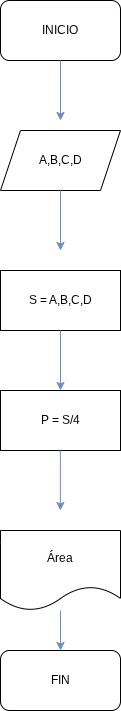
Before: Ejercicio_2_Lucas.png, a diagram exported from draw.io (lucri1384/Pensamiento-computacional). Source tidied: cells renumbered, new cells last; positions are measured from the earlier drawing's top-left corner, leaving out a move shared by most shapes. Its diagram source:
```xml
<mxGraphModel>
  <root>
    <mxCell id="0" />
    <mxCell id="1" parent="0" />
    <mxCell id="2" value="INICIO" style="rounded=1;whiteSpace=wrap;html=1;" parent="1" vertex="1">
      <mxGeometry width="120" height="60" as="geometry" />
    </mxCell>
    <mxCell id="3" value="A,B,C,D" style="shape=parallelogram;perimeter=parallelogramPerimeter;whiteSpace=wrap;html=1;fixedSize=1;" parent="1" vertex="1">
      <mxGeometry y="130" width="120" height="60" as="geometry" />
    </mxCell>
    <mxCell id="4" value="S = A,B,C,D" style="rounded=0;whiteSpace=wrap;html=1;" parent="1" vertex="1">
      <mxGeometry y="270" width="120" height="60" as="geometry" />
    </mxCell>
    <mxCell id="5" value="P = S/4" style="rounded=0;whiteSpace=wrap;html=1;" parent="1" vertex="1">
      <mxGeometry y="390" width="120" height="60" as="geometry" />
    </mxCell>
    <mxCell id="6" value="Área" style="shape=document;whiteSpace=wrap;html=1;boundedLbl=1;" parent="1" vertex="1">
      <mxGeometry y="530" width="120" height="80" as="geometry" />
    </mxCell>
    <mxCell id="7" style="endArrow=classic;html=1;rounded=0;fillColor=#dae8fc;gradientColor=#7ea6e0;strokeColor=#6c8ebf;" parent="1" edge="1">
      <mxGeometry relative="1" as="geometry">
        <mxPoint x="59.9" y="450" as="sourcePoint" />
        <mxPoint x="59.9" y="510" as="targetPoint" />
      </mxGeometry>
    </mxCell>
    <mxCell id="8" style="endArrow=classic;html=1;rounded=0;fillColor=#dae8fc;gradientColor=#7ea6e0;strokeColor=#6c8ebf;" parent="1" edge="1">
      <mxGeometry relative="1" as="geometry">
        <mxPoint x="60" y="330" as="sourcePoint" />
        <mxPoint x="60" y="390" as="targetPoint" />
      </mxGeometry>
    </mxCell>
    <mxCell id="9" style="endArrow=classic;html=1;rounded=0;fillColor=#dae8fc;gradientColor=#7ea6e0;strokeColor=#6c8ebf;" parent="1" edge="1">
      <mxGeometry relative="1" as="geometry">
        <mxPoint x="60" y="190" as="sourcePoint" />
        <mxPoint x="60" y="250" as="targetPoint" />
      </mxGeometry>
    </mxCell>
    <mxCell id="10" style="endArrow=classic;html=1;rounded=0;fillColor=#dae8fc;gradientColor=#7ea6e0;strokeColor=#6c8ebf;" parent="1" edge="1">
      <mxGeometry relative="1" as="geometry">
        <mxPoint x="60" y="60" as="sourcePoint" />
        <mxPoint x="60" y="120" as="targetPoint" />
      </mxGeometry>
    </mxCell>
    <mxCell id="11" style="endArrow=classic;html=1;rounded=0;fillColor=#dae8fc;gradientColor=#7ea6e0;strokeColor=#6c8ebf;" parent="1" edge="1" source="6" target="12">
      <mxGeometry relative="1" as="geometry" />
    </mxCell>
    <mxCell id="12" value="FIN" style="rounded=1;whiteSpace=wrap;html=1;" parent="1" vertex="1">
      <mxGeometry y="650" width="120" height="60" as="geometry" />
    </mxCell>
  </root>
</mxGraphModel>
```
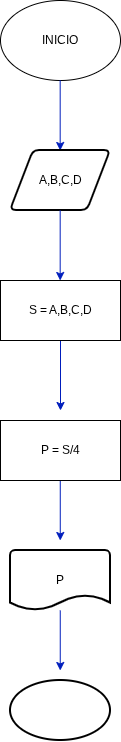
Later version of the same file.

Diff of the diagram source:
```diff
@@ -2,50 +2,60 @@
   <root>
     <mxCell id="0" />
     <mxCell id="1" parent="0" />
-    <mxCell id="2" value="INICIO" style="rounded=1;whiteSpace=wrap;html=1;" parent="1" vertex="1">
-      <mxGeometry width="120" height="60" as="geometry" />
+    <mxCell id="2" value="INICIO" style="ellipse;whiteSpace=wrap;html=1;" parent="1" vertex="1">
+      <mxGeometry x="20" y="-30" width="120" height="80" as="geometry" />
     </mxCell>
+    <mxCell id="13" style="endArrow=classic;html=1;rounded=0;fillColor=#0050ef;strokeColor=#001DBC;" parent="1" edge="1">
+      <mxGeometry relative="1" as="geometry">
+        <mxPoint x="79.7" y="50" as="sourcePoint" />
+        <mxPoint x="79.7" y="120" as="targetPoint" />
+      </mxGeometry>
+    </mxCell>
-    <mxCell id="3" value="A,B,C,D" style="shape=parallelogram;perimeter=parallelogramPerimeter;whiteSpace=wrap;html=1;fixedSize=1;" parent="1" vertex="1">
-      <mxGeometry y="130" width="120" height="60" as="geometry" />
+    <mxCell id="3" value="A,B,C,D" style="shape=parallelogram;html=1;strokeWidth=2;perimeter=parallelogramPerimeter;whiteSpace=wrap;rounded=1;arcSize=12;size=0.23;" parent="1" vertex="1">
+      <mxGeometry x="30" y="120" width="100" height="60" as="geometry" />
     </mxCell>
+    <mxCell id="14" style="endArrow=classic;html=1;rounded=0;fillColor=#0050ef;strokeColor=#001DBC;" parent="1" edge="1">
+      <mxGeometry relative="1" as="geometry">
+        <mxPoint x="79.7" y="180" as="sourcePoint" />
+        <mxPoint x="79.7" y="250" as="targetPoint" />
+      </mxGeometry>
+    </mxCell>
+    <mxCell id="15" style="edgeStyle=orthogonalEdgeStyle;rounded=0;jettySize=auto;html=1;fillColor=#0050ef;strokeColor=#001DBC;" parent="1" edge="1" source="4">
+      <mxGeometry relative="1" as="geometry">
+        <mxPoint x="80" y="380" as="targetPoint" />
+      </mxGeometry>
+    </mxCell>
     <mxCell id="4" value="S = A,B,C,D" style="rounded=0;whiteSpace=wrap;html=1;" parent="1" vertex="1">
-      <mxGeometry y="270" width="120" height="60" as="geometry" />
+      <mxGeometry x="20" y="250" width="120" height="60" as="geometry" />
     </mxCell>
+    <mxCell id="16" style="edgeStyle=orthogonalEdgeStyle;rounded=0;orthogonalLoop=1;jettySize=auto;html=1;fillColor=#0050ef;strokeColor=#001DBC;" parent="1" edge="1">
+      <mxGeometry relative="1" as="geometry">
+        <mxPoint x="79.8" y="450" as="sourcePoint" />
+        <mxPoint x="79.8" y="510" as="targetPoint" />
+        <Array as="points">
+          <mxPoint x="79.8" y="450" />
+          <mxPoint x="79.8" y="450" />
+        </Array>
+      </mxGeometry>
+    </mxCell>
     <mxCell id="5" value="P = S/4" style="rounded=0;whiteSpace=wrap;html=1;" parent="1" vertex="1">
-      <mxGeometry y="390" width="120" height="60" as="geometry" />
+      <mxGeometry x="20" y="390" width="120" height="60" as="geometry" />
     </mxCell>
-    <mxCell id="6" value="Área" style="shape=document;whiteSpace=wrap;html=1;boundedLbl=1;" parent="1" vertex="1">
-      <mxGeometry y="530" width="120" height="80" as="geometry" />
-    </mxCell>
-    <mxCell id="7" style="endArrow=classic;html=1;rounded=0;fillColor=#dae8fc;gradientColor=#7ea6e0;strokeColor=#6c8ebf;" parent="1" edge="1">
-      <mxGeometry relative="1" as="geometry">
-        <mxPoint x="59.9" y="450" as="sourcePoint" />
-        <mxPoint x="59.9" y="510" as="targetPoint" />
-      </mxGeometry>
-    </mxCell>
-    <mxCell id="8" style="endArrow=classic;html=1;rounded=0;fillColor=#dae8fc;gradientColor=#7ea6e0;strokeColor=#6c8ebf;" parent="1" edge="1">
-      <mxGeometry relative="1" as="geometry">
-        <mxPoint x="60" y="330" as="sourcePoint" />
-        <mxPoint x="60" y="390" as="targetPoint" />
-      </mxGeometry>
-    </mxCell>
-    <mxCell id="9" style="endArrow=classic;html=1;rounded=0;fillColor=#dae8fc;gradientColor=#7ea6e0;strokeColor=#6c8ebf;" parent="1" edge="1">
-      <mxGeometry relative="1" as="geometry">
-        <mxPoint x="60" y="190" as="sourcePoint" />
-        <mxPoint x="60" y="250" as="targetPoint" />
-      </mxGeometry>
-    </mxCell>
-    <mxCell id="10" style="endArrow=classic;html=1;rounded=0;fillColor=#dae8fc;gradientColor=#7ea6e0;strokeColor=#6c8ebf;" parent="1" edge="1">
-      <mxGeometry relative="1" as="geometry">
-        <mxPoint x="60" y="60" as="sourcePoint" />
-        <mxPoint x="60" y="120" as="targetPoint" />
-      </mxGeometry>
-    </mxCell>
-    <mxCell id="11" style="endArrow=classic;html=1;rounded=0;fillColor=#dae8fc;gradientColor=#7ea6e0;strokeColor=#6c8ebf;" parent="1" edge="1" source="6" target="12">
-      <mxGeometry relative="1" as="geometry" />
-    </mxCell>
-    <mxCell id="12" value="FIN" style="rounded=1;whiteSpace=wrap;html=1;" parent="1" vertex="1">
-      <mxGeometry y="650" width="120" height="60" as="geometry" />
-    </mxCell>
+    <mxCell id="17" value="P" style="strokeWidth=2;html=1;shape=mxgraph.flowchart.document2;whiteSpace=wrap;size=0.25;" parent="1" vertex="1">
+      <mxGeometry x="30" y="520" width="100" height="60" as="geometry" />
+    </mxCell>
+    <mxCell id="18" style="edgeStyle=orthogonalEdgeStyle;rounded=0;orthogonalLoop=1;jettySize=auto;html=1;fillColor=#0050ef;strokeColor=#001DBC;" parent="1" edge="1">
+      <mxGeometry relative="1" as="geometry">
+        <mxPoint x="79.8" y="580" as="sourcePoint" />
+        <mxPoint x="79.8" y="640" as="targetPoint" />
+        <Array as="points">
+          <mxPoint x="79.8" y="580" />
+          <mxPoint x="79.8" y="580" />
+        </Array>
+      </mxGeometry>
+    </mxCell>
+    <mxCell id="19" style="strokeWidth=2;html=1;shape=mxgraph.flowchart.start_1;whiteSpace=wrap;" parent="1" vertex="1">
+      <mxGeometry x="30" y="650" width="100" height="60" as="geometry" />
+    </mxCell>
   </root>
 </mxGraphModel>
```
